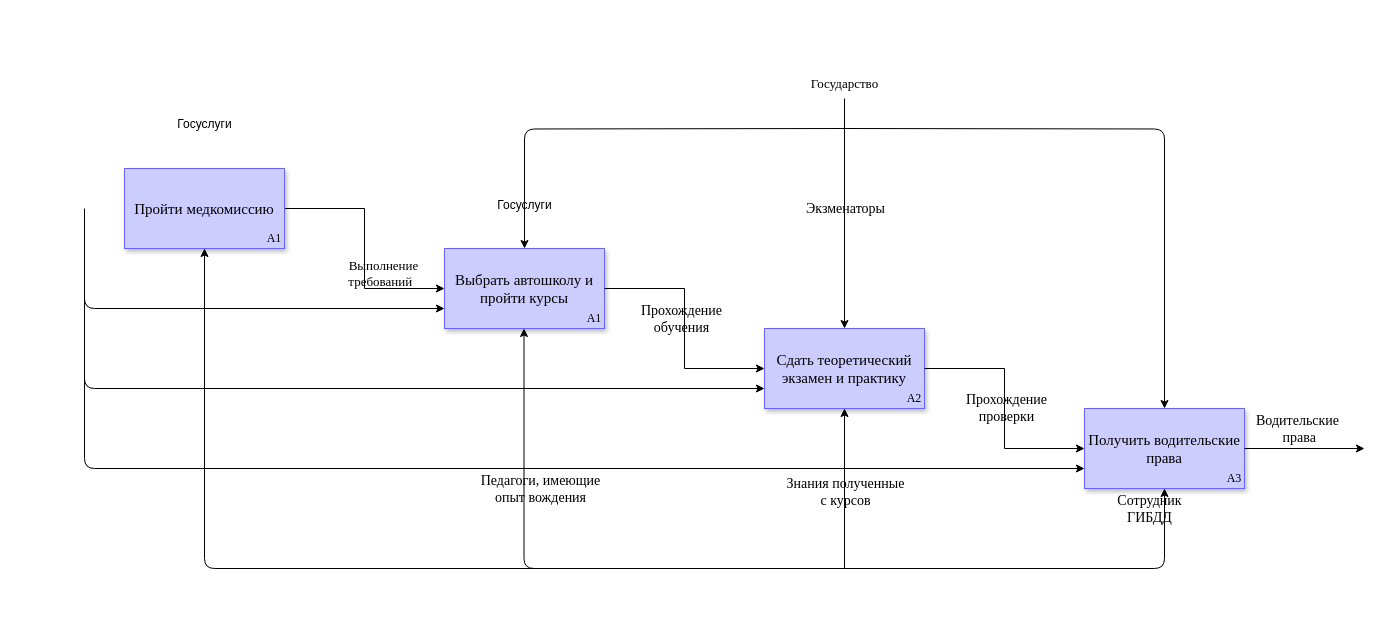
The draw.io diagram page "Получение водительских прав" (2 of 2) of Диаграмма задания.drawio in Karidess/Idef_diagramma, before the edit. Source tidied: cells renumbered, new cells numbered last; positions are measured from the earlier drawing's top-left corner, leaving out a move shared by most shapes. Both pictures are drawn from the tidied source at 100%, with x=0, y=0 at pixel (84, 68).
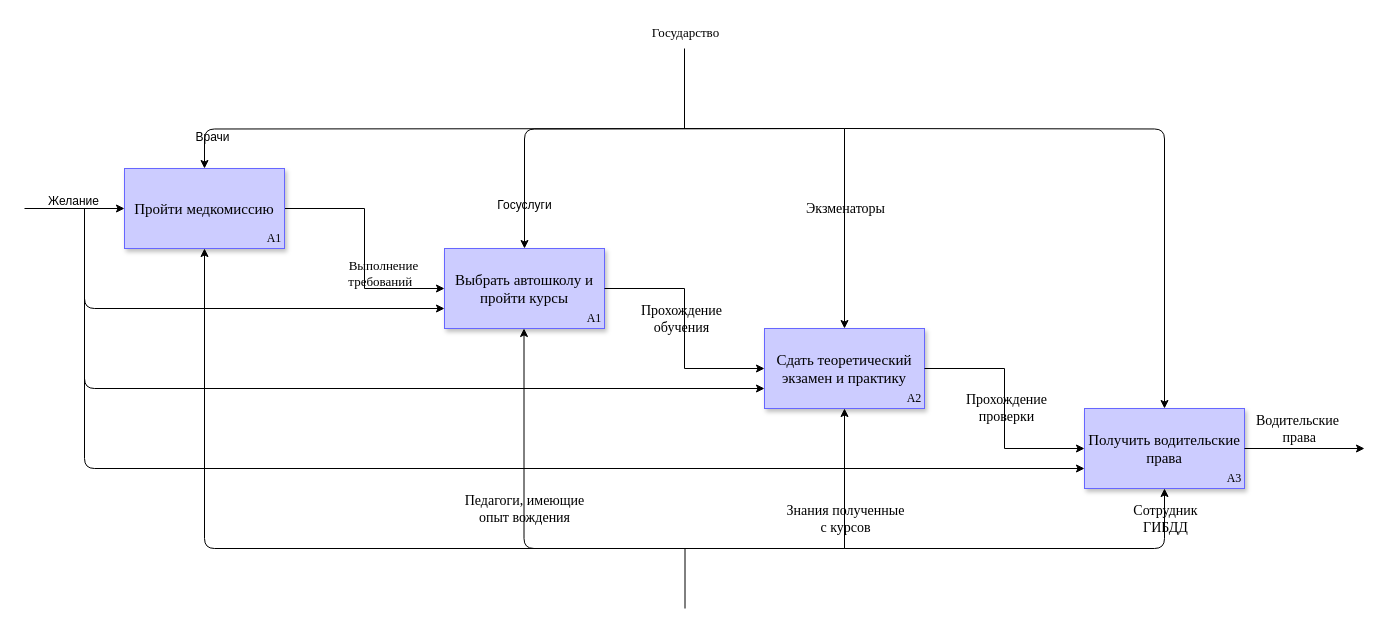
The same page after the edit.

Unchanged cells that the change refers to:
```xml
<mxCell id="3" value="Сдать теоретический экзамен и практику" style="rounded=0;whiteSpace=wrap;html=1;labelBackgroundColor=none;fontFamily=Times New Roman;fontSize=15;fillColor=#CCCCFF;strokeColor=#6666FF;sketch=0;shadow=1;" parent="1" vertex="1">
  <mxGeometry x="680" y="260" width="160" height="80" as="geometry" />
</mxCell>
<mxCell id="4" value="Получить водительские права" style="rounded=0;whiteSpace=wrap;html=1;labelBackgroundColor=none;fontFamily=Times New Roman;fontSize=15;fillColor=#CCCCFF;strokeColor=#6666FF;sketch=0;shadow=1;" parent="1" vertex="1">
  <mxGeometry x="1000" y="340" width="160" height="80" as="geometry" />
</mxCell>
<mxCell id="30" value="Пройти медкомиссию" style="rounded=0;whiteSpace=wrap;html=1;labelBackgroundColor=none;fontFamily=Times New Roman;fontSize=15;fillColor=#CCCCFF;strokeColor=#6666FF;sketch=0;shadow=1;" parent="1" vertex="1">
  <mxGeometry x="40" y="100" width="160" height="80" as="geometry" />
</mxCell>
```

Change to the diagram source:
```diff
@@
     <mxCell id="15" style="endArrow=classic;html=1;rounded=1;entryX=0.5;entryY=1;entryDx=0;entryDy=0;fontFamily=Times New Roman;edgeStyle=orthogonalEdgeStyle;" parent="1" edge="1" target="3">
       <mxGeometry relative="1" as="geometry">
-        <mxPoint x="760" y="500" as="sourcePoint" />
+        <mxPoint x="760" y="480" as="sourcePoint" />
         <Array as="points">
-          <mxPoint x="760" y="500" />
-          <mxPoint x="760" y="500" />
+          <mxPoint x="760" y="480" />
+          <mxPoint x="760" y="480" />
         </Array>
       </mxGeometry>
     </mxCell>
     <mxCell id="16" value="Знания полученные &lt;br&gt;с курсов" style="edgeLabel;html=1;align=center;verticalAlign=middle;labelBackgroundColor=none;fontFamily=Times New Roman;fontSize=14;" parent="15" vertex="1">
       <mxGeometry x="-0.14" y="2" relative="1" as="geometry">
-        <mxPoint x="2" y="-8" as="offset" />
+        <mxPoint x="2" y="30" as="offset" />
       </mxGeometry>
     </mxCell>
     <mxCell id="17" style="endArrow=classic;html=1;rounded=1;entryX=0.5;entryY=1;entryDx=0;entryDy=0;fontFamily=Times New Roman;edgeStyle=orthogonalEdgeStyle;" parent="1" edge="1" target="4">
       <mxGeometry relative="1" as="geometry">
-        <mxPoint x="760" y="500" as="sourcePoint" />
+        <mxPoint x="760" y="480" as="sourcePoint" />
         <Array as="points">
-          <mxPoint x="760" y="500" />
-          <mxPoint x="1080" y="500" />
+          <mxPoint x="760" y="480" />
+          <mxPoint x="1080" y="480" />
         </Array>
       </mxGeometry>
     </mxCell>
     <mxCell id="18" value="Сотрудник &lt;br&gt;ГИБДД" style="edgeLabel;html=1;align=center;verticalAlign=middle;labelBackgroundColor=none;fontFamily=Times New Roman;fontSize=14;" parent="17" vertex="1">
       <mxGeometry x="-0.14" y="2" relative="1" as="geometry">
-        <mxPoint x="132" y="-58" as="offset" />
+        <mxPoint x="157" y="-28" as="offset" />
       </mxGeometry>
     </mxCell>
     <mxCell id="19" style="endArrow=classic;html=1;rounded=1;entryX=0.5;entryY=1;entryDx=0;entryDy=0;fontFamily=Times New Roman;edgeStyle=orthogonalEdgeStyle;" parent="1" edge="1">
       <mxGeometry relative="1" as="geometry">
-        <mxPoint x="760" y="500" as="sourcePoint" />
+        <mxPoint x="760" y="480" as="sourcePoint" />
         <mxPoint x="439.5" y="260" as="targetPoint" />
         <Array as="points">
-          <mxPoint x="760" y="500" />
-          <mxPoint x="440" y="500" />
+          <mxPoint x="760" y="480" />
+          <mxPoint x="440" y="480" />
         </Array>
       </mxGeometry>
     </mxCell>
     <mxCell id="20" value="Педагоги, имеющие &lt;br style=&quot;font-size: 14px;&quot;&gt;опыт вождения" style="edgeLabel;html=1;align=center;verticalAlign=middle;labelBackgroundColor=none;fontFamily=Times New Roman;fontSize=14;" parent="19" vertex="1">
       <mxGeometry x="-0.14" y="2" relative="1" as="geometry">
-        <mxPoint x="-64" y="-82" as="offset" />
+        <mxPoint x="-89" y="-42" as="offset" />
       </mxGeometry>
     </mxCell>
@@
     <mxCell id="25" style="endArrow=classic;html=1;rounded=1;fontFamily=Times New Roman;fontSize=14;elbow=vertical;entryX=0.5;entryY=0;entryDx=0;entryDy=0;" parent="1" edge="1" target="3">
       <mxGeometry relative="1" as="geometry">
-        <mxPoint x="760" y="30" as="sourcePoint" />
+        <mxPoint x="760" y="60" as="sourcePoint" />
       </mxGeometry>
     </mxCell>
@@
     <mxCell id="27" value="Государство" style="text;html=1;align=center;verticalAlign=middle;strokeColor=none;fillColor=none;fontSize=13;fontFamily=Times New Roman;" parent="1" vertex="1">
-      <mxGeometry x="715" width="90" height="30" as="geometry" />
+      <mxGeometry x="556" y="-51" width="90" height="30" as="geometry" />
     </mxCell>
@@
-    <mxCell id="32" value="Госуслуги" style="edgeLabel;html=1;align=center;verticalAlign=middle;labelBackgroundColor=none;fontSize=12;" parent="1" vertex="1">
-      <mxGeometry x="119" y="55" as="geometry" />
+    <mxCell id="32" value="Врачи" style="edgeLabel;html=1;align=center;verticalAlign=middle;labelBackgroundColor=none;fontSize=12;" parent="1" vertex="1">
+      <mxGeometry x="120" y="70" as="geometry">
+        <mxPoint x="7" y="-2" as="offset" />
+      </mxGeometry>
     </mxCell>
@@
     <mxCell id="34" style="endArrow=classic;html=1;rounded=1;fontSize=12;entryX=0.5;entryY=1;entryDx=0;entryDy=0;edgeStyle=orthogonalEdgeStyle;" parent="1" edge="1" target="30">
       <mxGeometry relative="1" as="geometry">
-        <mxPoint x="760" y="500" as="sourcePoint" />
+        <mxPoint x="760" y="480" as="sourcePoint" />
         <Array as="points">
-          <mxPoint x="760" y="500" />
-          <mxPoint x="120" y="500" />
+          <mxPoint x="760" y="480" />
+          <mxPoint x="120" y="480" />
         </Array>
       </mxGeometry>
     </mxCell>
+    <mxCell id="35" style="endArrow=classic;html=1;rounded=1;entryX=0.5;entryY=0;entryDx=0;entryDy=0;edgeStyle=orthogonalEdgeStyle;" parent="1" edge="1" target="30">
+      <mxGeometry relative="1" as="geometry">
+        <mxPoint x="760" y="60" as="sourcePoint" />
+      </mxGeometry>
+    </mxCell>
+    <mxCell id="36" style="endArrow=none;html=1;rounded=1;" parent="1" edge="1">
+      <mxGeometry relative="1" as="geometry">
+        <mxPoint x="600" y="60" as="sourcePoint" />
+        <mxPoint x="600" y="-20" as="targetPoint" />
+      </mxGeometry>
+    </mxCell>
+    <mxCell id="37" style="endArrow=classic;html=1;rounded=1;entryX=0;entryY=0.5;entryDx=0;entryDy=0;" parent="1" edge="1" target="30">
+      <mxGeometry relative="1" as="geometry">
+        <mxPoint x="-60" y="140" as="sourcePoint" />
+      </mxGeometry>
+    </mxCell>
+    <mxCell id="38" value="Желание" style="text;html=1;align=center;verticalAlign=middle;strokeColor=none;fillColor=none;" parent="1" vertex="1">
+      <mxGeometry x="-46" y="118" width="70" height="30" as="geometry" />
+    </mxCell>
+    <mxCell id="39" style="endArrow=none;html=1;rounded=1;entryX=0.444;entryY=1;entryDx=0;entryDy=0;entryPerimeter=0;" parent="1" edge="1">
+      <mxGeometry relative="1" as="geometry">
+        <mxPoint x="600.5" y="540" as="sourcePoint" />
+        <mxPoint x="600.5" y="480" as="targetPoint" />
+      </mxGeometry>
+    </mxCell>
```
